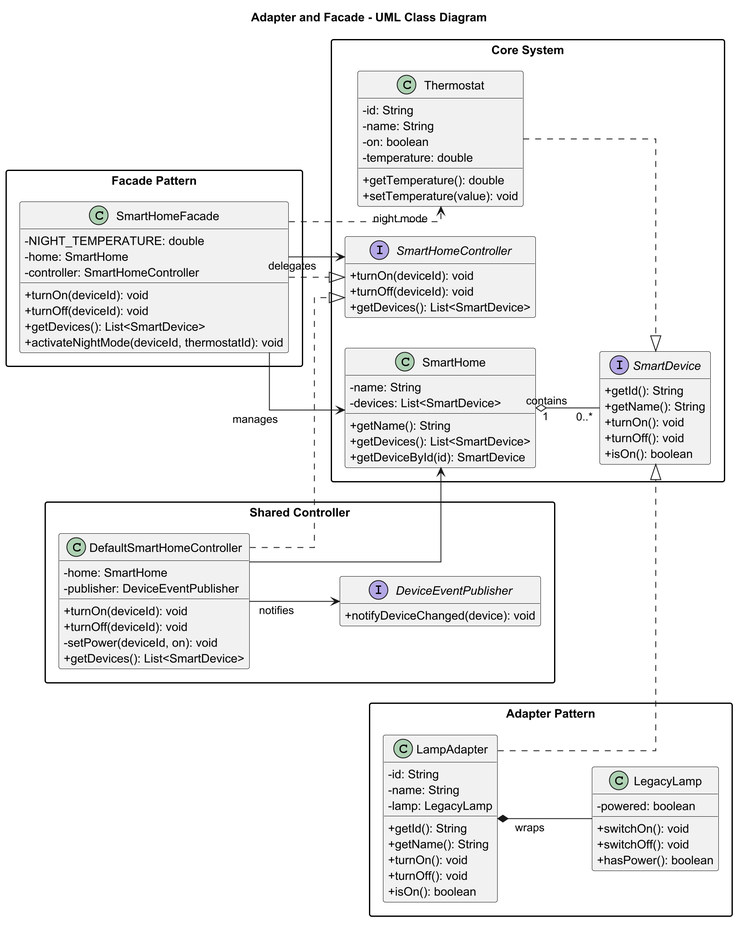
Above: docs/uml/adapter-facade-uml.png in Madi-Musa/Smart-home-automation (PlantUML), before the change.
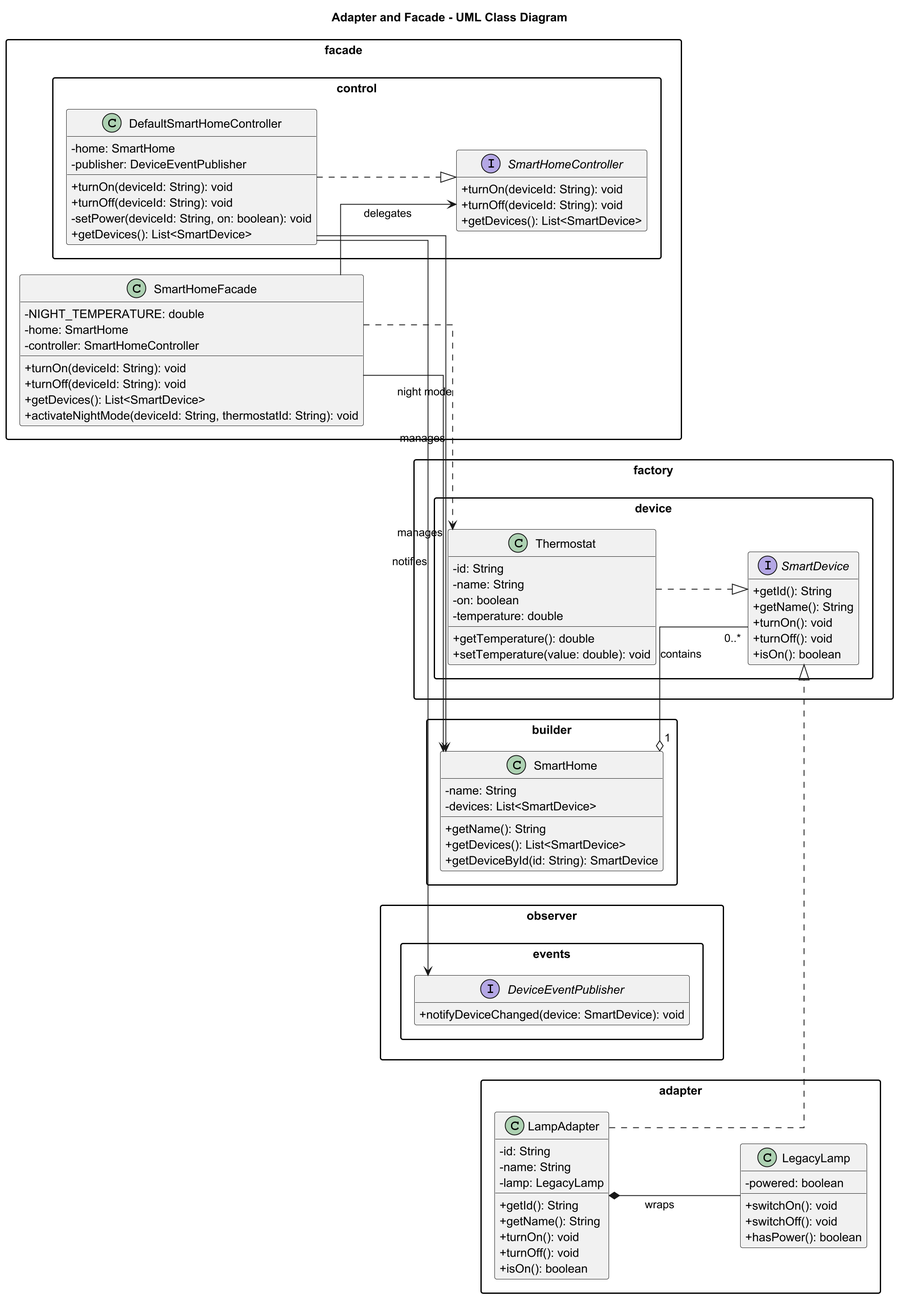
After the change.

The edit, as a diff of the source:
```diff
@@ -10,41 +10,41 @@
 skinparam linetype ortho
 hide empty members
 
-package "Core System" {
+package "factory" {
 
-    interface SmartDevice {
-        +getId(): String
-        +getName(): String
-        +turnOn(): void
-        +turnOff(): void
-        +isOn(): boolean
+    package "device" {
+
+        interface SmartDevice {
+            +getId(): String
+            +getName(): String
+            +turnOn(): void
+            +turnOff(): void
+            +isOn(): boolean
+        }
+
+        class Thermostat {
+            -id: String
+            -name: String
+            -on: boolean
+            -temperature: double
+            +getTemperature(): double
+            +setTemperature(value: double): void
+        }
     }
+}
+
+package "builder" {
 
     class SmartHome {
         -name: String
         -devices: List<SmartDevice>
         +getName(): String
         +getDevices(): List<SmartDevice>
-        +getDeviceById(id): SmartDevice
-    }
-
-    class Thermostat {
-        -id: String
-        -name: String
-        -on: boolean
-        -temperature: double
-        +getTemperature(): double
-        +setTemperature(value): void
-    }
-
-    interface SmartHomeController {
-        +turnOn(deviceId): void
-        +turnOff(deviceId): void
-        +getDevices(): List<SmartDevice>
+        +getDeviceById(id: String): SmartDevice
     }
 }
 
-package "Adapter Pattern" {
+package "adapter" {
 
     class LegacyLamp {
         -powered: boolean
@@ -65,32 +65,44 @@
     }
 }
 
-package "Facade Pattern" {
+package "facade" {
 
     class SmartHomeFacade {
         -NIGHT_TEMPERATURE: double
         -home: SmartHome
         -controller: SmartHomeController
-        +turnOn(deviceId): void
-        +turnOff(deviceId): void
+        +turnOn(deviceId: String): void
+        +turnOff(deviceId: String): void
         +getDevices(): List<SmartDevice>
-        +activateNightMode(deviceId, thermostatId): void
+        +activateNightMode(deviceId: String, thermostatId: String): void
+    }
+
+    package "control" {
+
+        interface SmartHomeController {
+            +turnOn(deviceId: String): void
+            +turnOff(deviceId: String): void
+            +getDevices(): List<SmartDevice>
+        }
+
+        class DefaultSmartHomeController {
+            -home: SmartHome
+            -publisher: DeviceEventPublisher
+            +turnOn(deviceId: String): void
+            +turnOff(deviceId: String): void
+            -setPower(deviceId: String, on: boolean): void
+            +getDevices(): List<SmartDevice>
+        }
     }
 }
 
-package "Shared Controller" {
+package "observer" {
 
-    class DefaultSmartHomeController {
-        -home: SmartHome
-        -publisher: DeviceEventPublisher
-        +turnOn(deviceId): void
-        +turnOff(deviceId): void
-        -setPower(deviceId, on): void
-        +getDevices(): List<SmartDevice>
-    }
+    package "events" {
 
-    interface DeviceEventPublisher {
-        +notifyDeviceChanged(device): void
+        interface DeviceEventPublisher {
+            +notifyDeviceChanged(device: SmartDevice): void
+        }
     }
 }
 
@@ -101,14 +113,13 @@
 
 SmartHome "1" o-- "0..*" SmartDevice : contains
 
-SmartHomeFacade ..|> SmartHomeController
 DefaultSmartHomeController ..|> SmartHomeController
 
 SmartHomeFacade --> SmartHome : manages
 SmartHomeFacade --> SmartHomeController : delegates
 SmartHomeFacade ..> Thermostat : night mode
 
-DefaultSmartHomeController --> SmartHome
+DefaultSmartHomeController --> SmartHome : manages
 DefaultSmartHomeController --> DeviceEventPublisher : notifies
 
 @enduml
```
